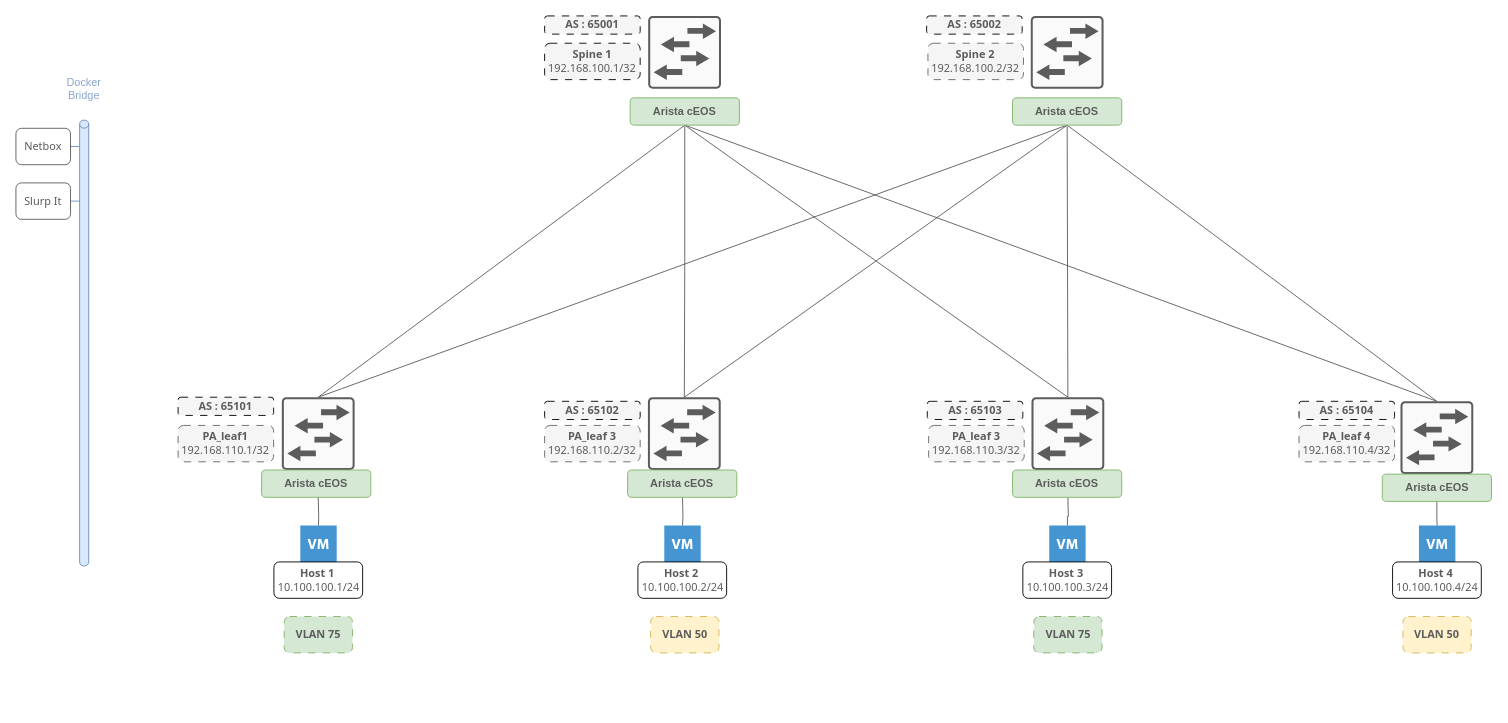
This is documentation/assets/images/diagrams/VXLAN.drawio from MasqAs/projet-vxlan-automation, a draw.io file, before an edit. Source tidied: cells renumbered, new cells numbered last; positions are measured from the earlier drawing's top-left corner, leaving out a move shared by most shapes. Both pictures are drawn from the tidied source at 91%, with x=0, y=0 at pixel (15, 15).
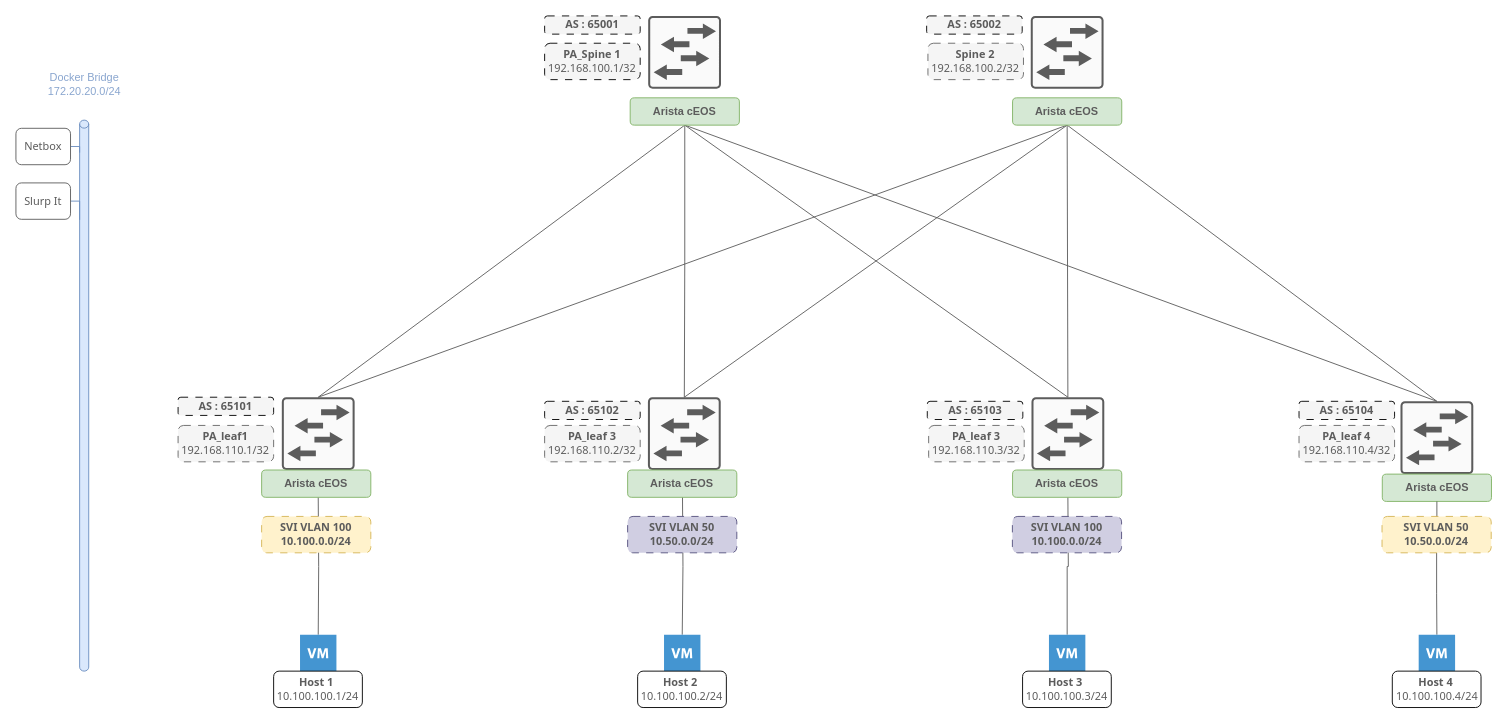
After the change.

The change refers to these unchanged cells:
```xml
<mxCell id="16" value="&lt;b&gt;&lt;font color=&quot;#5c5c5c&quot;&gt;Arista cEOS&lt;/font&gt;&lt;/b&gt;" style="rounded=1;whiteSpace=wrap;html=1;fillColor=#d5e8d4;strokeColor=#82b366;" parent="1" vertex="1">
  <mxGeometry x="1501.5" y="503.5" width="120" height="30" as="geometry" />
</mxCell>
```

Change to the diagram source:
```diff
@@
-    <mxCell id="15" style="edgeStyle=orthogonalEdgeStyle;rounded=0;jettySize=auto;html=1;exitX=0.5;exitY=1;exitDx=0;exitDy=0;endArrow=none;endFill=0;strokeColor=#5c5c5c;flowAnimation=1;" parent="1" edge="1" source="16" target="29">
+    <mxCell id="15" style="edgeStyle=orthogonalEdgeStyle;rounded=0;jettySize=auto;html=1;exitX=0.5;exitY=1;exitDx=0;exitDy=0;endArrow=none;endFill=0;strokeColor=#5c5c5c;flowAnimation=1;startArrow=none;" parent="1" edge="1" source="51" target="29">
       <mxGeometry relative="1" as="geometry" />
     </mxCell>
@@
     <mxCell id="24" style="shadow=0;dashed=0;html=1;strokeColor=none;fillColor=#4495D1;labelPosition=center;verticalLabelPosition=bottom;verticalAlign=top;align=center;outlineConnect=0;shape=mxgraph.veeam.2d.virtual_machine;" parent="1" vertex="1">
-      <mxGeometry x="312.5" y="560" width="40" height="40" as="geometry" />
+      <mxGeometry x="312.2" y="680" width="40" height="40" as="geometry" />
     </mxCell>
-    <mxCell id="25" value="&lt;div style=&quot;&quot;&gt;&lt;b style=&quot;color: rgb(92, 92, 92); font-family: Tahoma; background-color: initial;&quot;&gt;Spine 1&lt;/b&gt;&lt;/div&gt;&lt;font color=&quot;#5c5c5c&quot; face=&quot;Tahoma&quot;&gt;&lt;div style=&quot;&quot;&gt;&lt;span style=&quot;background-color: initial;&quot;&gt;192.168.100.1/32&lt;/span&gt;&lt;/div&gt;&lt;/font&gt;" style="rounded=1;whiteSpace=wrap;html=1;align=center;fillColor=#f5f5f5;fontColor=#333333;strokeColor=default;dashed=1;dashPattern=8 8;" parent="1" vertex="1">
+    <mxCell id="25" value="&lt;div style=&quot;&quot;&gt;&lt;b style=&quot;color: rgb(92, 92, 92); font-family: Tahoma; background-color: initial;&quot;&gt;PA_Spine 1&lt;/b&gt;&lt;/div&gt;&lt;font color=&quot;#5c5c5c&quot; face=&quot;Tahoma&quot;&gt;&lt;div style=&quot;&quot;&gt;&lt;span style=&quot;background-color: initial;&quot;&gt;192.168.100.1/32&lt;/span&gt;&lt;/div&gt;&lt;/font&gt;" style="rounded=1;whiteSpace=wrap;html=1;align=center;fillColor=#f5f5f5;fontColor=#333333;strokeColor=default;dashed=1;dashPattern=8 8;" parent="1" vertex="1">
       <mxGeometry x="581" y="30" width="105" height="40" as="geometry" />
     </mxCell>
@@
     <mxCell id="27" style="shadow=0;dashed=0;html=1;strokeColor=none;fillColor=#4495D1;labelPosition=center;verticalLabelPosition=bottom;verticalAlign=top;align=center;outlineConnect=0;shape=mxgraph.veeam.2d.virtual_machine;" parent="1" vertex="1">
-      <mxGeometry x="712.5" y="560" width="40" height="40" as="geometry" />
+      <mxGeometry x="712.2" y="680" width="40" height="40" as="geometry" />
     </mxCell>
     <mxCell id="28" style="shadow=0;dashed=0;html=1;strokeColor=none;fillColor=#4495D1;labelPosition=center;verticalLabelPosition=bottom;verticalAlign=top;align=center;outlineConnect=0;shape=mxgraph.veeam.2d.virtual_machine;" parent="1" vertex="1">
-      <mxGeometry x="1135.5" y="560" width="40" height="40" as="geometry" />
+      <mxGeometry x="1135.2" y="680" width="40" height="40" as="geometry" />
     </mxCell>
     <mxCell id="29" style="shadow=0;dashed=0;html=1;strokeColor=none;fillColor=#4495D1;labelPosition=center;verticalLabelPosition=bottom;verticalAlign=top;align=center;outlineConnect=0;shape=mxgraph.veeam.2d.virtual_machine;" parent="1" vertex="1">
-      <mxGeometry x="1541.8" y="560" width="40" height="40" as="geometry" />
+      <mxGeometry x="1541.5" y="680" width="40" height="40" as="geometry" />
     </mxCell>
     <mxCell id="30" value="&lt;div style=&quot;&quot;&gt;&lt;font face=&quot;Tahoma&quot; color=&quot;#5c5c5c&quot;&gt;&lt;b&gt;Host 1&amp;nbsp;&lt;/b&gt;&lt;/font&gt;&lt;/div&gt;&lt;div style=&quot;&quot;&gt;&lt;font face=&quot;Tahoma&quot; color=&quot;#5c5c5c&quot;&gt;10.100.100.1/24&lt;/font&gt;&lt;/div&gt;" style="rounded=1;whiteSpace=wrap;html=1;align=center;" parent="1" vertex="1">
-      <mxGeometry x="283.5" y="600" width="97.5" height="40" as="geometry" />
+      <mxGeometry x="283.2" y="720" width="97.5" height="40" as="geometry" />
     </mxCell>
     <mxCell id="31" value="&lt;div style=&quot;&quot;&gt;&lt;font face=&quot;Tahoma&quot; color=&quot;#5c5c5c&quot;&gt;&lt;b&gt;Host 2&amp;nbsp;&lt;/b&gt;&lt;/font&gt;&lt;/div&gt;&lt;div style=&quot;&quot;&gt;&lt;font face=&quot;Tahoma&quot; color=&quot;#5c5c5c&quot;&gt;10.100.100.2/24&lt;/font&gt;&lt;/div&gt;" style="rounded=1;whiteSpace=wrap;html=1;align=center;" parent="1" vertex="1">
-      <mxGeometry x="683.5" y="600" width="97.5" height="40" as="geometry" />
+      <mxGeometry x="683.2" y="720" width="97.5" height="40" as="geometry" />
     </mxCell>
     <mxCell id="32" value="&lt;div style=&quot;&quot;&gt;&lt;font face=&quot;Tahoma&quot; color=&quot;#5c5c5c&quot;&gt;&lt;b&gt;Host 3&amp;nbsp;&lt;/b&gt;&lt;/font&gt;&lt;/div&gt;&lt;div style=&quot;&quot;&gt;&lt;font face=&quot;Tahoma&quot; color=&quot;#5c5c5c&quot;&gt;10.100.100.3/24&lt;/font&gt;&lt;/div&gt;" style="rounded=1;whiteSpace=wrap;html=1;align=center;" parent="1" vertex="1">
-      <mxGeometry x="1106.5" y="600" width="97.5" height="40" as="geometry" />
+      <mxGeometry x="1106.2" y="720" width="97.5" height="40" as="geometry" />
     </mxCell>
     <mxCell id="33" value="&lt;div style=&quot;&quot;&gt;&lt;font face=&quot;Tahoma&quot; color=&quot;#5c5c5c&quot;&gt;&lt;b&gt;Host 4&amp;nbsp;&lt;/b&gt;&lt;/font&gt;&lt;/div&gt;&lt;div style=&quot;&quot;&gt;&lt;font face=&quot;Tahoma&quot; color=&quot;#5c5c5c&quot;&gt;10.100.100.4/24&lt;/font&gt;&lt;/div&gt;" style="rounded=1;whiteSpace=wrap;html=1;align=center;" parent="1" vertex="1">
-      <mxGeometry x="1512.8" y="600" width="97.5" height="40" as="geometry" />
+      <mxGeometry x="1512.5" y="720" width="97.5" height="40" as="geometry" />
     </mxCell>
     <mxCell id="34" style="shape=cylinder3;whiteSpace=wrap;html=1;boundedLbl=1;backgroundOutline=1;size=4.416107382550308;strokeColor=#6c8ebf;fillColor=#dae8fc;" parent="1" vertex="1">
-      <mxGeometry x="70" y="114.5" width="10" height="490" as="geometry" />
+      <mxGeometry x="70" y="114.5" width="10" height="605.5" as="geometry" />
     </mxCell>
@@
-    <mxCell id="39" value="&lt;font color=&quot;#8aa6cf&quot;&gt;Docker Bridge&lt;/font&gt;" style="text;html=1;strokeColor=none;fillColor=none;align=center;verticalAlign=middle;whiteSpace=wrap;rounded=0;" parent="1" vertex="1">
-      <mxGeometry x="45" y="64.5" width="60" height="30" as="geometry" />
+    <mxCell id="39" value="&lt;font color=&quot;#8aa6cf&quot;&gt;Docker Bridge&lt;br&gt;172.20.20.0/24&lt;br&gt;&lt;/font&gt;" style="text;html=1;strokeColor=none;fillColor=none;align=center;verticalAlign=middle;whiteSpace=wrap;rounded=0;" parent="1" vertex="1">
+      <mxGeometry x="27.5" y="60" width="95" height="30" as="geometry" />
     </mxCell>
@@
-    <mxCell id="50" value="&lt;div style=&quot;&quot;&gt;&lt;font face=&quot;Tahoma&quot; color=&quot;#5c5c5c&quot;&gt;&lt;b&gt;VLAN 50&lt;/b&gt;&lt;/font&gt;&lt;/div&gt;" style="rounded=1;whiteSpace=wrap;html=1;align=center;fillColor=#fff2cc;strokeColor=#d6b656;dashed=1;dashPattern=8 8;" parent="1" vertex="1">
-      <mxGeometry x="697.5" y="660" width="75" height="40" as="geometry" />
-    </mxCell>
-    <mxCell id="51" value="&lt;div style=&quot;&quot;&gt;&lt;font face=&quot;Tahoma&quot; color=&quot;#5c5c5c&quot;&gt;&lt;b&gt;VLAN 50&lt;/b&gt;&lt;/font&gt;&lt;/div&gt;" style="rounded=1;whiteSpace=wrap;html=1;align=center;fillColor=#fff2cc;strokeColor=#d6b656;dashed=1;dashPattern=8 8;" parent="1" vertex="1">
-      <mxGeometry x="1524.2" y="660" width="75" height="40" as="geometry" />
-    </mxCell>
-    <mxCell id="52" value="&lt;div style=&quot;&quot;&gt;&lt;font face=&quot;Tahoma&quot; color=&quot;#5c5c5c&quot;&gt;&lt;b&gt;VLAN 75&lt;/b&gt;&lt;/font&gt;&lt;/div&gt;" style="rounded=1;whiteSpace=wrap;html=1;align=center;fillColor=#d5e8d4;strokeColor=#82b366;dashed=1;dashPattern=8 8;" parent="1" vertex="1">
-      <mxGeometry x="1118.5" y="660" width="75" height="40" as="geometry" />
-    </mxCell>
-    <mxCell id="53" value="&lt;div style=&quot;&quot;&gt;&lt;font face=&quot;Tahoma&quot; color=&quot;#5c5c5c&quot;&gt;&lt;b&gt;VLAN 75&lt;/b&gt;&lt;/font&gt;&lt;/div&gt;" style="rounded=1;whiteSpace=wrap;html=1;align=center;fillColor=#d5e8d4;strokeColor=#82b366;dashed=1;dashPattern=8 8;" parent="1" vertex="1">
-      <mxGeometry x="294.8" y="660" width="75" height="40" as="geometry" />
-    </mxCell>
@@
+    <mxCell id="56" style="edgeStyle=orthogonalEdgeStyle;rounded=0;jettySize=auto;html=1;exitX=0.5;exitY=1;exitDx=0;exitDy=0;endArrow=none;endFill=0;strokeColor=#5c5c5c;flowAnimation=1;" parent="1" edge="1" source="16" target="51">
+      <mxGeometry relative="1" as="geometry" />
+    </mxCell>
+    <mxCell id="51" value="&lt;div style=&quot;&quot;&gt;&lt;font face=&quot;Tahoma&quot; color=&quot;#5c5c5c&quot;&gt;&lt;b&gt;SVI VLAN 50&lt;br&gt;10.50.0.0/24&lt;/b&gt;&lt;/font&gt;&lt;/div&gt;" style="rounded=1;whiteSpace=wrap;html=1;align=center;fillColor=#fff2cc;strokeColor=#d6b656;dashed=1;dashPattern=8 8;" parent="1" vertex="1">
+      <mxGeometry x="1501.2" y="550" width="120" height="40" as="geometry" />
+    </mxCell>
+    <mxCell id="57" value="&lt;div style=&quot;&quot;&gt;&lt;font face=&quot;Tahoma&quot; color=&quot;#5c5c5c&quot;&gt;&lt;b&gt;SVI VLAN 100&lt;br&gt;10.100.0.0/24&lt;/b&gt;&lt;/font&gt;&lt;/div&gt;" style="rounded=1;whiteSpace=wrap;html=1;align=center;fillColor=#d0cee2;strokeColor=#56517e;dashed=1;dashPattern=8 8;" parent="1" vertex="1">
+      <mxGeometry x="1095" y="550" width="120" height="40" as="geometry" />
+    </mxCell>
+    <mxCell id="58" value="&lt;div style=&quot;&quot;&gt;&lt;font face=&quot;Tahoma&quot; color=&quot;#5c5c5c&quot;&gt;&lt;b&gt;SVI VLAN 100&lt;br&gt;10.100.0.0/24&lt;/b&gt;&lt;/font&gt;&lt;/div&gt;" style="rounded=1;whiteSpace=wrap;html=1;align=center;fillColor=#fff2cc;strokeColor=#d6b656;dashed=1;dashPattern=8 8;" parent="1" vertex="1">
+      <mxGeometry x="270" y="550" width="120" height="40" as="geometry" />
+    </mxCell>
+    <mxCell id="59" value="&lt;div style=&quot;&quot;&gt;&lt;font face=&quot;Tahoma&quot; color=&quot;#5c5c5c&quot;&gt;&lt;b&gt;SVI VLAN 50&lt;br&gt;10.50.0.0/24&lt;/b&gt;&lt;/font&gt;&lt;/div&gt;" style="rounded=1;whiteSpace=wrap;html=1;align=center;fillColor=#d0cee2;strokeColor=#56517e;dashed=1;dashPattern=8 8;" parent="1" vertex="1">
+      <mxGeometry x="672.2" y="550" width="120" height="40" as="geometry" />
+    </mxCell>
```
